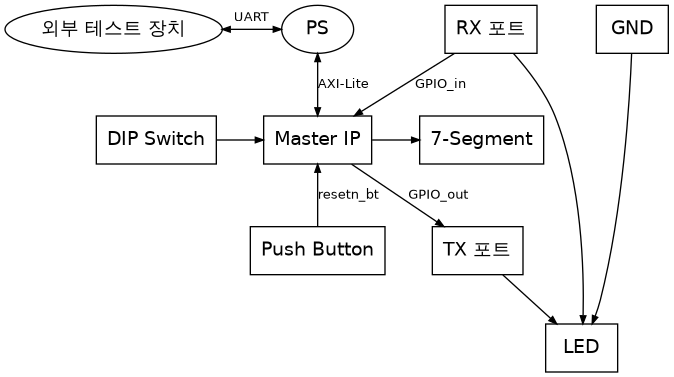
Earlier version of the Graphviz export diagrams/level2_board.png (Woodong02/SoC_Design_and_Programming). Its source is kept beside it as diagrams/level2_board.dot.
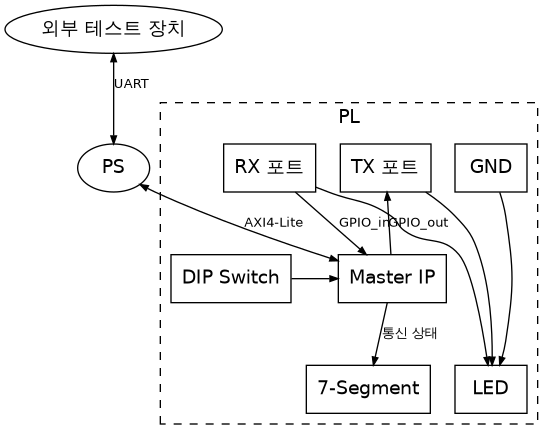
The same file after the commit.

Commit message:
board/master 다이어그램을 명세대로 재작성 (PL 점선 경계, 디스플레이 제거)

Change to the diagram source:
```diff
@@ -6,29 +6,34 @@
 
     EXT [label="외부 테스트 장치", shape=ellipse];
     PS  [label="PS", shape=ellipse];
-    DIP [label="DIP Switch"];
-    PB  [label="Push Button"];
-    MASTER [label="Master IP"];
-    SEG [label="7-Segment"];
-    TXP [label="TX 포트"];
-    RXP [label="RX 포트"];
-    GND [label="GND"];
-    LED [label="LED"];
 
-    { rank=same; EXT; PS; }
-    { rank=same; DIP; MASTER; SEG; }
-    { rank=same; PB; TXP; }
-    { rank=same; RXP; GND; }
-    { rank=same; LED; }
+    subgraph cluster_pl {
+        label="PL";
+        style=dashed;
+        fontname="Noto Sans CJK KR";
 
-    EXT -> PS  [label="UART", dir=both];
-    PS  -> MASTER [label="AXI-Lite", dir=both];
-    DIP -> MASTER;
-    PB  -> MASTER [label="resetn_bt"];
-    MASTER -> SEG;
-    MASTER -> TXP [label="GPIO_out"];
-    RXP -> MASTER [label="GPIO_in"];
+        GND [label="GND"];
+        TXP [label="TX 포트"];
+        RXP [label="RX 포트"];
+        LED [label="LED"];
+        DIP [label="DIP Switch"];
+        MASTER [label="Master IP"];
+        SEG [label="7-Segment"];
+
+        { rank=same; GND; TXP; RXP; }
+        { rank=same; DIP; MASTER; }
+        { rank=same; LED; SEG; }
+    }
+
+    EXT -> PS [label="UART", dir=both];
+    PS  -> MASTER [label="AXI4-Lite", dir=both];
+
     GND -> LED;
     TXP -> LED;
     RXP -> LED;
+
+    MASTER -> TXP [label="GPIO_out"];
+    RXP -> MASTER [label="GPIO_in"];
+    DIP -> MASTER;
+    MASTER -> SEG [label="통신 상태"];
 }
```
